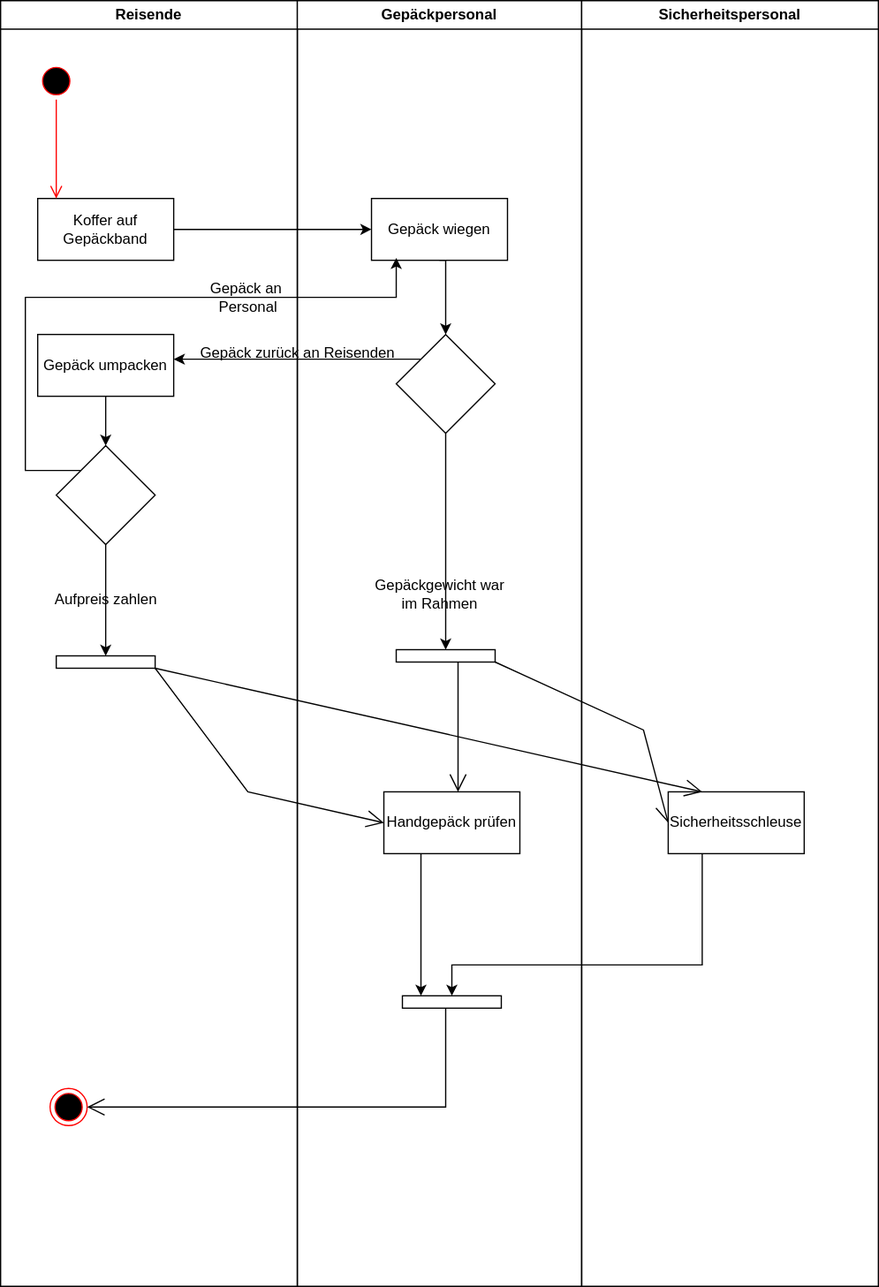
Above: Blatt4/airport.svg in chrksa/SoftwareEngineering (draw.io), before the change. Source tidied: cells renumbered, new cells last; positions are measured from the earlier drawing's top-left corner, leaving out a move shared by most shapes. The source it was exported from:
```xml
<mxGraphModel>
  <root>
    <mxCell id="0" />
    <mxCell id="1" parent="0" />
    <mxCell id="2" value="Reisende" style="swimlane;whiteSpace=wrap;html=1;" parent="1" vertex="1">
      <mxGeometry width="240" height="1040" as="geometry" />
    </mxCell>
    <mxCell id="3" style="ellipse;html=1;shape=startState;fillColor=#000000;strokeColor=#ff0000;" parent="2" vertex="1">
      <mxGeometry x="30" y="50" width="30" height="30" as="geometry" />
    </mxCell>
    <mxCell id="4" style="ellipse;html=1;shape=endState;fillColor=#000000;strokeColor=#ff0000;" parent="2" vertex="1">
      <mxGeometry x="40" y="880" width="30" height="30" as="geometry" />
    </mxCell>
    <mxCell id="5" style="edgeStyle=orthogonalEdgeStyle;rounded=0;orthogonalLoop=1;jettySize=auto;html=1;exitX=0.5;exitY=1;exitDx=0;exitDy=0;" parent="2" edge="1" source="4" target="4">
      <mxGeometry relative="1" as="geometry" />
    </mxCell>
    <mxCell id="6" value="Koffer auf Gepäckband" style="html=1;whiteSpace=wrap;" parent="2" vertex="1">
      <mxGeometry x="30" y="160" width="110" height="50" as="geometry" />
    </mxCell>
    <mxCell id="7" style="edgeStyle=orthogonalEdgeStyle;rounded=0;jettySize=auto;html=1;exitX=0.5;exitY=1;exitDx=0;exitDy=0;entryX=0.5;entryY=0;entryDx=0;entryDy=0;" parent="2" edge="1" source="8" target="10">
      <mxGeometry relative="1" as="geometry" />
    </mxCell>
    <mxCell id="8" value="Gepäck umpacken" style="html=1;whiteSpace=wrap;" parent="2" vertex="1">
      <mxGeometry x="30" y="270" width="110" height="50" as="geometry" />
    </mxCell>
    <mxCell id="9" style="edgeStyle=orthogonalEdgeStyle;rounded=0;jettySize=auto;html=1;exitX=0.5;exitY=1;exitDx=0;exitDy=0;" parent="2" edge="1" source="10" target="12">
      <mxGeometry relative="1" as="geometry">
        <Array as="points">
          <mxPoint x="85" y="510" />
          <mxPoint x="85" y="510" />
        </Array>
      </mxGeometry>
    </mxCell>
    <mxCell id="10" style="rhombus;whiteSpace=wrap;html=1;" parent="2" vertex="1">
      <mxGeometry x="45" y="360" width="80" height="80" as="geometry" />
    </mxCell>
    <mxCell id="11" value="Aufpreis zahlen" style="text;html=1;align=center;verticalAlign=middle;strokeColor=none;fillColor=none;" parent="2" vertex="1">
      <mxGeometry x="30" y="470" width="110" height="30" as="geometry" />
    </mxCell>
    <mxCell id="12" style="html=1;points=[];perimeter=orthogonalPerimeter;outlineConnect=0;targetShapes=umlLifeline;portConstraint=eastwest;newEdgeStyle={&quot;edgeStyle&quot;:&quot;elbowEdgeStyle&quot;,&quot;elbow&quot;:&quot;vertical&quot;,&quot;curved&quot;:0,&quot;rounded&quot;:0};direction=south;" parent="2" vertex="1">
      <mxGeometry x="45" y="530" width="80" height="10" as="geometry" />
    </mxCell>
    <mxCell id="13" value="Gepäckpersonal" style="swimlane;whiteSpace=wrap;html=1;" parent="1" vertex="1">
      <mxGeometry x="240" width="230" height="1040" as="geometry" />
    </mxCell>
    <mxCell id="14" style="edgeStyle=orthogonalEdgeStyle;rounded=0;jettySize=auto;html=1;exitX=0.5;exitY=1;exitDx=0;exitDy=0;entryX=0.5;entryY=0;entryDx=0;entryDy=0;" parent="13" edge="1" source="15" target="18">
      <mxGeometry relative="1" as="geometry">
        <Array as="points">
          <mxPoint x="120" y="210" />
        </Array>
      </mxGeometry>
    </mxCell>
    <mxCell id="15" value="Gepäck wiegen" style="html=1;whiteSpace=wrap;" parent="13" vertex="1">
      <mxGeometry x="60" y="160" width="110" height="50" as="geometry" />
    </mxCell>
    <mxCell id="16" style="edgeStyle=orthogonalEdgeStyle;rounded=0;jettySize=auto;html=1;exitX=0;exitY=0;exitDx=0;exitDy=0;" parent="13" edge="1" source="18">
      <mxGeometry relative="1" as="geometry">
        <mxPoint x="-100" y="290" as="targetPoint" />
      </mxGeometry>
    </mxCell>
    <mxCell id="17" style="edgeStyle=orthogonalEdgeStyle;rounded=0;jettySize=auto;html=1;exitX=0.5;exitY=1;exitDx=0;exitDy=0;" parent="13" edge="1" source="18" target="23">
      <mxGeometry relative="1" as="geometry">
        <Array as="points">
          <mxPoint x="120" y="480" />
          <mxPoint x="120" y="480" />
        </Array>
      </mxGeometry>
    </mxCell>
    <mxCell id="18" style="rhombus;whiteSpace=wrap;html=1;" parent="13" vertex="1">
      <mxGeometry x="80" y="270" width="80" height="80" as="geometry" />
    </mxCell>
    <mxCell id="19" value="Gepäck zurück an Reisenden" style="text;html=1;align=center;verticalAlign=middle;strokeColor=none;fillColor=none;" parent="13" vertex="1">
      <mxGeometry x="-90" y="270" width="180" height="30" as="geometry" />
    </mxCell>
    <mxCell id="20" style="edgeStyle=orthogonalEdgeStyle;rounded=0;jettySize=auto;html=1;exitX=0.5;exitY=1;exitDx=0;exitDy=0;" parent="13" edge="1" source="21" target="24">
      <mxGeometry relative="1" as="geometry">
        <Array as="points">
          <mxPoint x="100" y="690" />
        </Array>
      </mxGeometry>
    </mxCell>
    <mxCell id="21" value="Handgepäck prüfen" style="html=1;whiteSpace=wrap;" parent="13" vertex="1">
      <mxGeometry x="70" y="640" width="110" height="50" as="geometry" />
    </mxCell>
    <mxCell id="22" value="Gepäckgewicht war &lt;br&gt;im Rahmen" style="text;html=1;align=center;verticalAlign=middle;strokeColor=none;fillColor=none;" parent="13" vertex="1">
      <mxGeometry x="50" y="460" width="130" height="40" as="geometry" />
    </mxCell>
    <mxCell id="23" style="html=1;points=[];perimeter=orthogonalPerimeter;outlineConnect=0;targetShapes=umlLifeline;portConstraint=eastwest;newEdgeStyle={&quot;edgeStyle&quot;:&quot;elbowEdgeStyle&quot;,&quot;elbow&quot;:&quot;vertical&quot;,&quot;curved&quot;:0,&quot;rounded&quot;:0};rotation=90;" parent="13" vertex="1">
      <mxGeometry x="115" y="490" width="10" height="80" as="geometry" />
    </mxCell>
    <mxCell id="24" style="html=1;points=[];perimeter=orthogonalPerimeter;outlineConnect=0;targetShapes=umlLifeline;portConstraint=eastwest;newEdgeStyle={&quot;edgeStyle&quot;:&quot;elbowEdgeStyle&quot;,&quot;elbow&quot;:&quot;vertical&quot;,&quot;curved&quot;:0,&quot;rounded&quot;:0};direction=south;" parent="13" vertex="1">
      <mxGeometry x="85" y="805" width="80" height="10" as="geometry" />
    </mxCell>
    <mxCell id="25" style="edgeStyle=orthogonalEdgeStyle;html=1;verticalAlign=bottom;endArrow=open;endSize=8;strokeColor=#ff0000;rounded=0;" parent="1" edge="1" source="3">
      <mxGeometry relative="1" as="geometry">
        <mxPoint x="45" y="160" as="targetPoint" />
      </mxGeometry>
    </mxCell>
    <mxCell id="26" style="edgeStyle=orthogonalEdgeStyle;rounded=0;jettySize=auto;html=1;exitX=1;exitY=0.5;exitDx=0;exitDy=0;" parent="1" edge="1" source="6" target="15">
      <mxGeometry relative="1" as="geometry" />
    </mxCell>
    <mxCell id="27" value="Gepäck an&amp;nbsp;&lt;br&gt;Personal" style="text;html=1;align=center;verticalAlign=middle;strokeColor=none;fillColor=none;" parent="1" vertex="1">
      <mxGeometry x="160" y="220" width="80" height="40" as="geometry" />
    </mxCell>
    <mxCell id="28" style="edgeStyle=orthogonalEdgeStyle;rounded=0;jettySize=auto;html=1;exitX=0;exitY=0;exitDx=0;exitDy=0;entryX=0.182;entryY=0.96;entryDx=0;entryDy=0;entryPerimeter=0;" parent="1" edge="1" source="10" target="15">
      <mxGeometry relative="1" as="geometry">
        <Array as="points">
          <mxPoint x="20" y="380" />
          <mxPoint x="20" y="240" />
          <mxPoint x="320" y="240" />
        </Array>
      </mxGeometry>
    </mxCell>
    <mxCell id="29" style="endArrow=open;endFill=1;endSize=12;html=1;rounded=0;" parent="1" edge="1" source="23">
      <mxGeometry relative="1" as="geometry">
        <mxPoint x="370" y="640" as="targetPoint" />
      </mxGeometry>
    </mxCell>
    <mxCell id="30" style="endArrow=open;endFill=1;endSize=12;html=1;rounded=0;entryX=0;entryY=0.5;entryDx=0;entryDy=0;" parent="1" edge="1" source="23" target="33">
      <mxGeometry relative="1" as="geometry">
        <Array as="points">
          <mxPoint x="520" y="590" />
        </Array>
      </mxGeometry>
    </mxCell>
    <mxCell id="31" style="endArrow=open;endFill=1;endSize=12;html=1;rounded=0;entryX=0;entryY=0.5;entryDx=0;entryDy=0;" parent="1" edge="1" source="12" target="21">
      <mxGeometry relative="1" as="geometry">
        <Array as="points">
          <mxPoint x="200" y="640" />
        </Array>
      </mxGeometry>
    </mxCell>
    <mxCell id="32" value="Sicherheitspersonal" style="swimlane;whiteSpace=wrap;html=1;" parent="1" vertex="1">
      <mxGeometry x="470" width="240" height="1040" as="geometry" />
    </mxCell>
    <mxCell id="33" value="Sicherheitsschleuse" style="html=1;whiteSpace=wrap;" parent="32" vertex="1">
      <mxGeometry x="70" y="640" width="110" height="50" as="geometry" />
    </mxCell>
    <mxCell id="34" style="endArrow=open;endFill=1;endSize=12;html=1;rounded=0;entryX=0.25;entryY=0;entryDx=0;entryDy=0;" parent="1" edge="1" source="12" target="33">
      <mxGeometry relative="1" as="geometry" />
    </mxCell>
    <mxCell id="35" style="edgeStyle=orthogonalEdgeStyle;rounded=0;jettySize=auto;html=1;exitX=0.25;exitY=1;exitDx=0;exitDy=0;" parent="1" edge="1" source="33" target="24">
      <mxGeometry relative="1" as="geometry">
        <Array as="points">
          <mxPoint x="568" y="780" />
          <mxPoint x="365" y="780" />
        </Array>
      </mxGeometry>
    </mxCell>
    <mxCell id="36" style="endArrow=open;endFill=1;endSize=12;html=1;rounded=0;entryX=1;entryY=0.5;entryDx=0;entryDy=0;" parent="1" edge="1" source="24" target="4">
      <mxGeometry relative="1" as="geometry">
        <Array as="points">
          <mxPoint x="360" y="895" />
        </Array>
      </mxGeometry>
    </mxCell>
  </root>
</mxGraphModel>
```
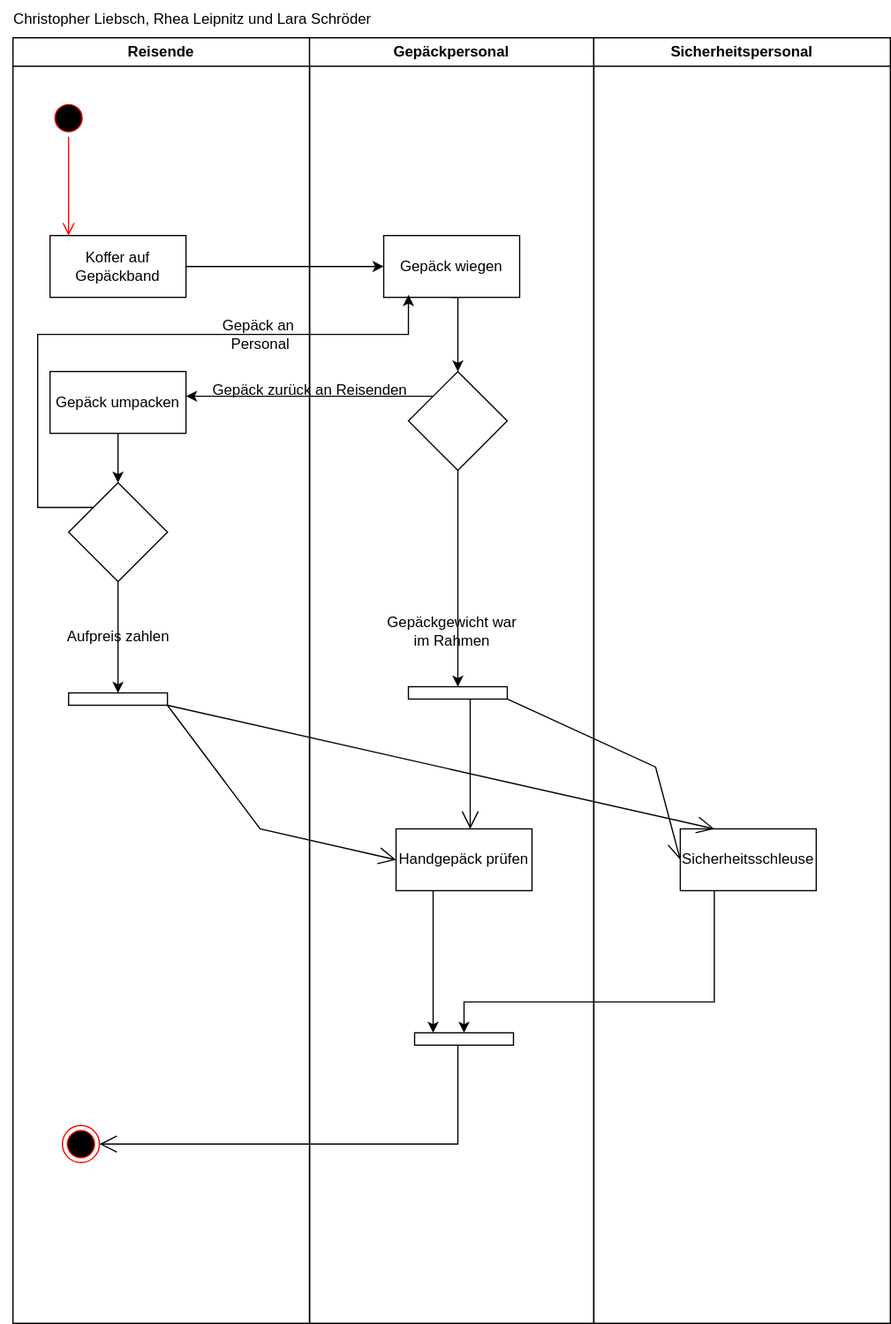
After the commit.

Change to the diagram source:
```diff
@@ -154,5 +154,8 @@
         </Array>
       </mxGeometry>
     </mxCell>
+    <mxCell id="37" value="Christopher Liebsch, Rhea Leipnitz und Lara Schröder" style="text;html=1;align=center;verticalAlign=middle;strokeColor=none;fillColor=none;" parent="1" vertex="1">
+      <mxGeometry x="-10" y="-30" width="310" height="30" as="geometry" />
+    </mxCell>
   </root>
 </mxGraphModel>
```
